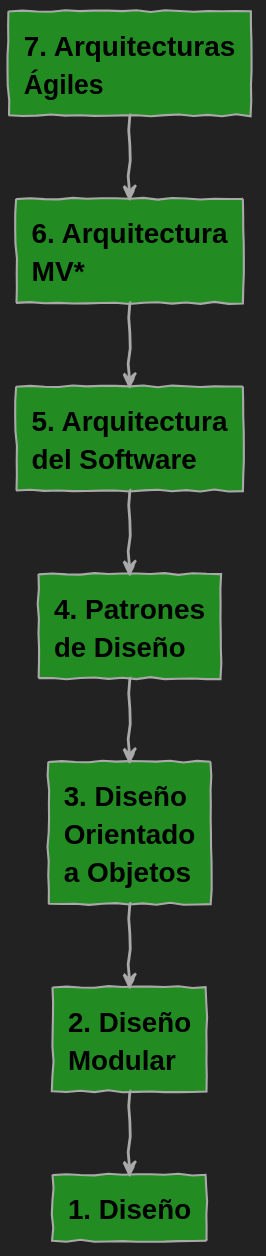
USantaTecla-0-general/3-publicaciones keeps this PlantUML diagram as USantaTecla/3-disenyo/0-itineario/images/diagramaDisenyo.svg. Above is the earlier version. Source of this version:
```plantuml
@startuml
skinparam backgroundColor #222222
skinparam handwritten true

skinparam shadowing false
skinparam padding 1
skinparam arrow {
    Thickness 2
    Color #DarkGrey
    FontSize 20
    FontName courier
    FontStyle normal
    FontColor #white
}
skinparam rectangle {
    FontSize 20
    FontColor #Black
    BorderColor #DarkGrey
}

rectangle "<b>7. Arquitecturas</b>\n<b>Ágiles</b>" as agiles #ForestGreen
rectangle "<b>6. Arquitectura</b>\n<b>MV*</b>" as mvc #ForestGreen
rectangle "<b>5. Arquitectura</b>\n<b>del Software</b>" as arquitectura #ForestGreen
rectangle "<b>4. Patrones</b>\n<b>de Diseño</b>" as patrones #ForestGreen
rectangle "<b>3. Diseño</b>\n<b>Orientado</b>\n<b>a Objetos</b>" as objetos #ForestGreen
rectangle "<b>2. Diseño</b>\n<b>Modular</b>" as modular #ForestGreen
rectangle "<b>1. Diseño</b>" as diseño #ForestGreen

agiles -down-> mvc
mvc -down-> arquitectura
arquitectura -down-> patrones
patrones -down-> objetos
objetos -down-> modular
modular -down-> diseño
@enduml
```
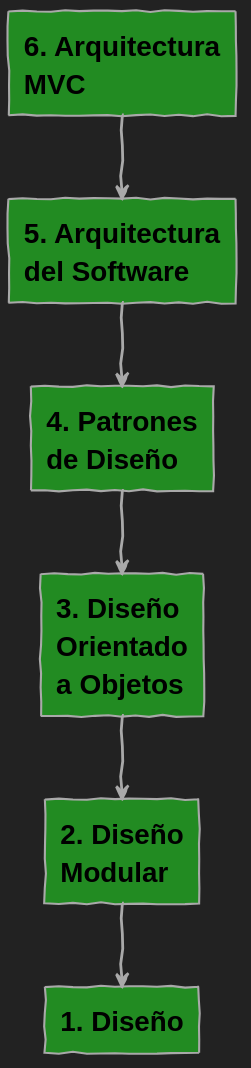
The same diagram one commit later.

What changed in the source:
```diff
@@ -18,15 +18,13 @@
     BorderColor #DarkGrey
 }
 
-rectangle "<b>7. Arquitecturas</b>\n<b>Ágiles</b>" as agiles #ForestGreen
-rectangle "<b>6. Arquitectura</b>\n<b>MV*</b>" as mvc #ForestGreen
+rectangle "<b>6. Arquitectura</b>\n<b>MVC</b>" as mvc #ForestGreen
 rectangle "<b>5. Arquitectura</b>\n<b>del Software</b>" as arquitectura #ForestGreen
 rectangle "<b>4. Patrones</b>\n<b>de Diseño</b>" as patrones #ForestGreen
 rectangle "<b>3. Diseño</b>\n<b>Orientado</b>\n<b>a Objetos</b>" as objetos #ForestGreen
 rectangle "<b>2. Diseño</b>\n<b>Modular</b>" as modular #ForestGreen
 rectangle "<b>1. Diseño</b>" as diseño #ForestGreen
 
-agiles -down-> mvc
 mvc -down-> arquitectura
 arquitectura -down-> patrones
 patrones -down-> objetos
```
